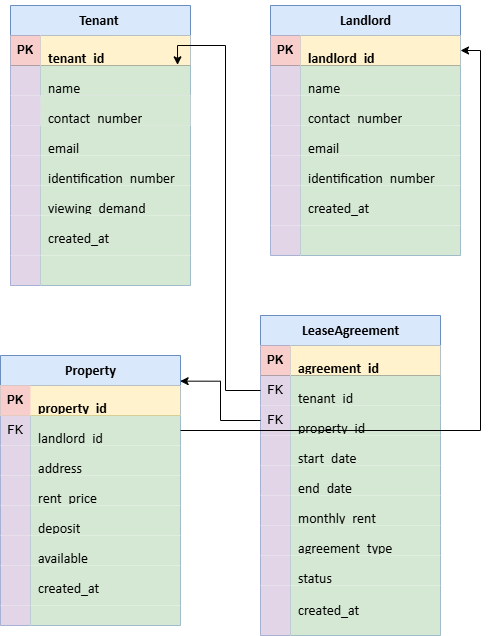
Before: Plans/表设计.png, a diagram exported from draw.io (1228785484/RentHouseThing). Source tidied: cells renumbered, new cells last; positions are measured from the earlier drawing's top-left corner, leaving out a move shared by most shapes.
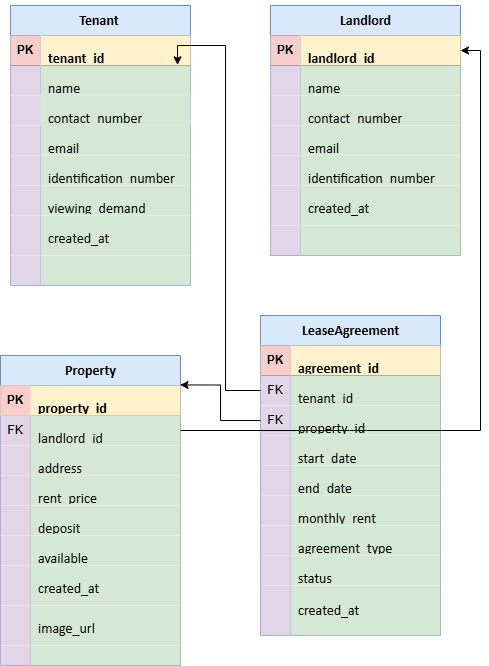
The same diagram one commit later.

Commit message:
更新表设计.png

Change to the diagram source:
```diff
@@ -147,7 +147,7 @@
       <mxGeometry x="300" y="120" width="160" height="30" as="geometry" />
     </mxCell>
     <mxCell id="50" value="&lt;p class=&quot;MsoNormal&quot;&gt;&lt;span style=&quot;mso-spacerun:'yes';font-family:宋体;mso-ascii-font-family:Calibri;&lt;br/&gt;mso-hansi-font-family:Calibri;mso-bidi-font-family:'Times New Roman';font-size:10.5000pt;&lt;br/&gt;mso-font-kerning:1.0000pt;&quot;&gt;&lt;font face=&quot;Calibri&quot;&gt;Property&lt;/font&gt;&lt;/span&gt;&lt;/p&gt;" style="shape=table;startSize=30;rowLines=0;fontStyle=1;align=center;html=1;fillColor=#dae8fc;strokeColor=#6c8ebf;" parent="1" vertex="1">
-      <mxGeometry y="350" width="180" height="270" as="geometry" />
+      <mxGeometry y="350" width="180" height="310" as="geometry" />
     </mxCell>
     <mxCell id="51" style="shape=tableRow;horizontal=0;startSize=0;swimlaneHead=0;swimlaneBody=0;fillColor=#fff2cc;top=0;left=0;right=0;bottom=1;strokeColor=#d6b656;" parent="50" vertex="1">
       <mxGeometry y="30" width="180" height="30" as="geometry" />
@@ -212,13 +212,22 @@
     <mxCell id="71" value="&lt;p class=&quot;MsoNormal&quot;&gt;&lt;span style=&quot;mso-spacerun:'yes';font-family:宋体;mso-ascii-font-family:Calibri;&lt;br/&gt;mso-hansi-font-family:Calibri;mso-bidi-font-family:'Times New Roman';font-size:10.5000pt;&lt;br/&gt;mso-font-kerning:1.0000pt;&quot;&gt;&lt;font face=&quot;Calibri&quot;&gt;created_at&lt;/font&gt;&lt;/span&gt;&lt;/p&gt;" style="shape=partialRectangle;fillColor=#d5e8d4;top=0;left=0;bottom=0;right=0;align=left;spacingLeft=6;overflow=hidden;whiteSpace=wrap;html=1;strokeColor=#82b366;" parent="69" vertex="1">
       <mxGeometry x="30" width="150" height="40" as="geometry" />
     </mxCell>
+    <mxCell id="106" style="shape=tableRow;horizontal=0;startSize=0;swimlaneHead=0;swimlaneBody=0;fillColor=none;top=0;left=0;right=0;bottom=0;" parent="50" vertex="1">
+      <mxGeometry y="250" width="180" height="40" as="geometry" />
+    </mxCell>
+    <mxCell id="107" style="shape=partialRectangle;fillColor=#e1d5e7;top=0;left=0;bottom=0;right=0;overflow=hidden;whiteSpace=wrap;html=1;strokeColor=#9673a6;" parent="106" vertex="1">
+      <mxGeometry width="30" height="40" as="geometry" />
+    </mxCell>
+    <mxCell id="108" value="&lt;p class=&quot;MsoNormal&quot;&gt;&lt;span style=&quot;mso-spacerun:'yes';font-family:宋体;mso-ascii-font-family:Calibri;&lt;br/&gt;mso-hansi-font-family:Calibri;mso-bidi-font-family:'Times New Roman';font-size:10.5000pt;&lt;br/&gt;mso-font-kerning:1.0000pt;&quot;&gt;&lt;font face=&quot;Calibri&quot;&gt;image_url&lt;/font&gt;&lt;/span&gt;&lt;/p&gt;" style="shape=partialRectangle;fillColor=#d5e8d4;top=0;left=0;bottom=0;right=0;align=left;spacingLeft=6;overflow=hidden;whiteSpace=wrap;html=1;strokeColor=#82b366;" parent="106" vertex="1">
+      <mxGeometry x="30" width="150" height="40" as="geometry" />
+    </mxCell>
     <mxCell id="72" style="shape=tableRow;horizontal=0;startSize=0;swimlaneHead=0;swimlaneBody=0;fillColor=none;top=0;left=0;right=0;bottom=0;" parent="50" vertex="1">
-      <mxGeometry y="250" width="180" height="20" as="geometry" />
+      <mxGeometry y="290" width="180" height="20" as="geometry" />
     </mxCell>
     <mxCell id="73" style="shape=partialRectangle;fillColor=#e1d5e7;top=0;left=0;bottom=0;right=0;overflow=hidden;whiteSpace=wrap;html=1;strokeColor=#9673a6;" parent="72" vertex="1">
       <mxGeometry width="30" height="20" as="geometry" />
     </mxCell>
-    <mxCell id="74" style="shape=partialRectangle;fillColor=#d5e8d4;top=0;left=0;bottom=0;right=0;align=left;spacingLeft=6;overflow=hidden;whiteSpace=wrap;html=1;strokeColor=#82b366;" parent="72" vertex="1">
+    <mxCell id="74" value="&lt;p class=&quot;MsoNormal&quot;&gt;&lt;span style=&quot;mso-spacerun:'yes';font-family:宋体;mso-ascii-font-family:Calibri;&lt;br/&gt;mso-hansi-font-family:Calibri;mso-bidi-font-family:'Times New Roman';font-size:10.5000pt;&lt;br/&gt;mso-font-kerning:1.0000pt;&quot;&gt;&lt;font face=&quot;Calibri&quot;&gt;ima&lt;/font&gt;&lt;/span&gt;&lt;/p&gt;&lt;p class=&quot;MsoNormal&quot;&gt;&lt;span style=&quot;mso-spacerun:'yes';font-family:宋体;mso-ascii-font-family:Calibri;&lt;br/&gt;mso-hansi-font-family:Calibri;mso-bidi-font-family:'Times New Roman';font-size:10.5000pt;&lt;br/&gt;mso-font-kerning:1.0000pt;&quot;&gt;&lt;font face=&quot;Calibri&quot;&gt;ge_url&lt;/font&gt;&lt;/span&gt;&lt;/p&gt;" style="shape=partialRectangle;fillColor=#d5e8d4;top=0;left=0;bottom=0;right=0;align=left;spacingLeft=6;overflow=hidden;whiteSpace=wrap;html=1;strokeColor=#82b366;" parent="72" vertex="1">
       <mxGeometry x="30" width="150" height="20" as="geometry" />
     </mxCell>
     <mxCell id="75" value="&lt;p class=&quot;MsoNormal&quot;&gt;&lt;span style=&quot;mso-spacerun:'yes';font-family:宋体;mso-ascii-font-family:Calibri;&lt;br/&gt;mso-hansi-font-family:Calibri;mso-bidi-font-family:'Times New Roman';font-size:10.5000pt;&lt;br/&gt;mso-font-kerning:1.0000pt;&quot;&gt;&lt;font face=&quot;Calibri&quot;&gt;LeaseAgreement&lt;/font&gt;&lt;/span&gt;&lt;/p&gt;" style="shape=table;startSize=30;rowLines=0;fontStyle=1;align=center;html=1;fillColor=#dae8fc;strokeColor=#6c8ebf;" parent="1" vertex="1">
```
